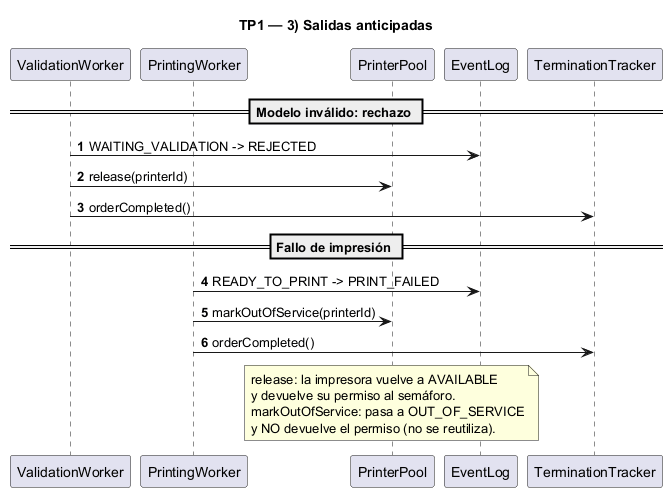
This is docs/diagramasSimples/diagrama-secuencia-3-salidas.png from ValentinoZucchellaPaz/tp1-pcyp-2026, a PlantUML export, as it was before one commit.
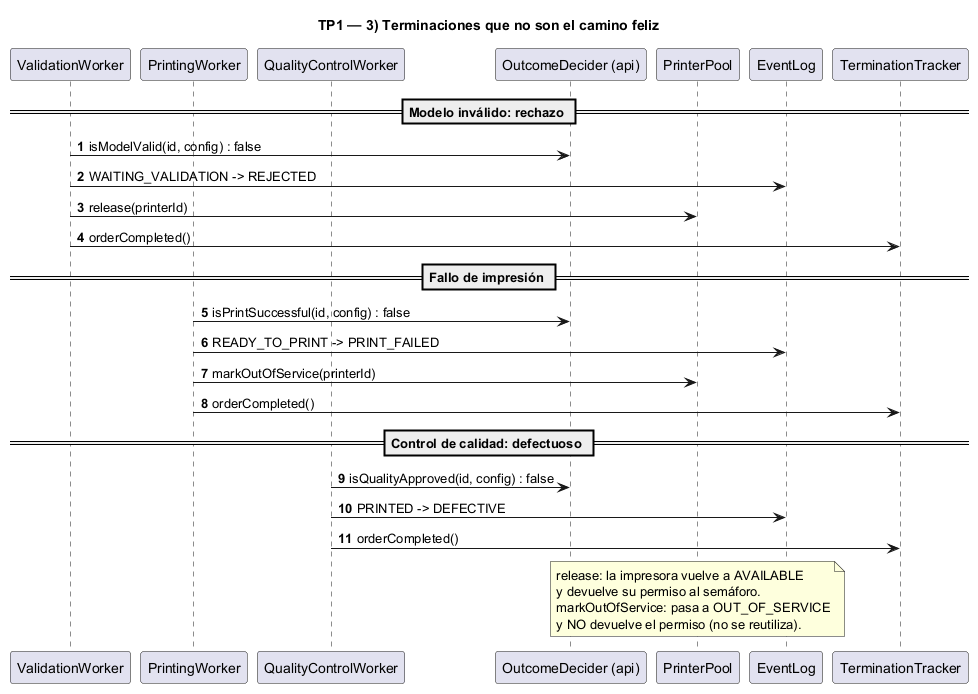
The same file after the commit.

Commit message:
docs: refinar diagramas de secuencia 2-4 (OutcomeDecider, DEFECTIVE, terminacion)

Diff of the diagram source:
```diff
@@ -1,22 +1,31 @@
 @startuml diagrama-secuencia-3-salidas
-title TP1 — 3) Salidas anticipadas
+title TP1 — 3) Terminaciones que no son el camino feliz
 autonumber
 
 participant "ValidationWorker" as VW
 participant "PrintingWorker" as PW
+participant "QualityControlWorker" as QW
+participant "OutcomeDecider (api)" as OD
 participant "PrinterPool" as PP
 participant "EventLog" as EL
 participant "TerminationTracker" as TT
 
 == Modelo inválido: rechazo ==
+VW -> OD : isModelValid(id, config) : false
 VW -> EL : WAITING_VALIDATION -> REJECTED
 VW -> PP : release(printerId)
 VW -> TT : orderCompleted()
 
 == Fallo de impresión ==
+PW -> OD : isPrintSuccessful(id, config) : false
 PW -> EL : READY_TO_PRINT -> PRINT_FAILED
 PW -> PP : markOutOfService(printerId)
 PW -> TT : orderCompleted()
+
+== Control de calidad: defectuoso ==
+QW -> OD : isQualityApproved(id, config) : false
+QW -> EL : PRINTED -> DEFECTIVE
+QW -> TT : orderCompleted()
 
 note over PP
   release: la impresora vuelve a AVAILABLE
```
